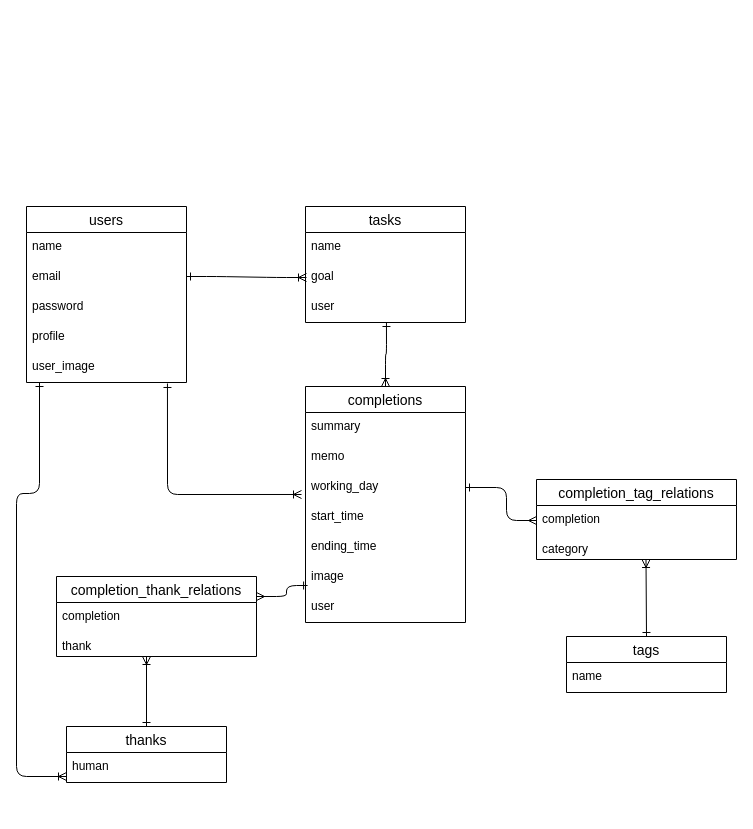
Before: ER.dio in st-maru/did_it, a draw.io diagram. Source tidied: cells renumbered, new cells numbered last; positions are measured from the earlier drawing's top-left corner, leaving out a move shared by most shapes. Both pictures are drawn from the tidied source at 100%, with x=0, y=0 at pixel (16, 206).
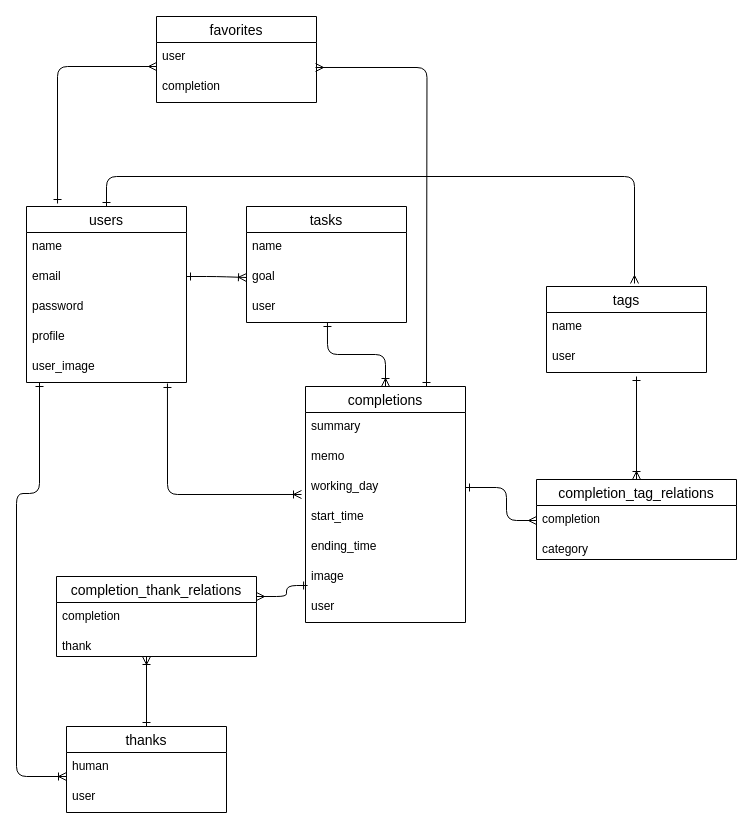
After the change.

The change refers to these unchanged cells:
```xml
<mxCell id="2" value="users" style="swimlane;fontStyle=0;horizontal=1;startSize=26;align=center;fontSize=14;" parent="1" vertex="1">
  <mxGeometry x="10" width="160" height="176" as="geometry" />
</mxCell>
<mxCell id="32" value="completion_tag_relations" style="swimlane;fontStyle=0;horizontal=1;startSize=26;align=center;fontSize=14;" parent="1" vertex="1">
  <mxGeometry x="520" y="273" width="200" height="80" as="geometry" />
</mxCell>
```

What changed in the source:
```diff
@@
     <mxCell id="8" value="tasks" style="swimlane;fontStyle=0;horizontal=1;startSize=26;align=center;fontSize=14;" parent="1" vertex="1">
-      <mxGeometry x="289" width="160" height="116" as="geometry" />
+      <mxGeometry x="230" width="160" height="116" as="geometry" />
     </mxCell>
@@
     <mxCell id="12" value="thanks" style="swimlane;fontStyle=0;horizontal=1;startSize=26;align=center;fontSize=14;" parent="1" vertex="1">
-      <mxGeometry x="50" y="520" width="160" height="56" as="geometry" />
+      <mxGeometry x="50" y="520" width="160" height="86" as="geometry" />
     </mxCell>
@@
+    <mxCell id="38" value="user" style="text;strokeColor=none;fillColor=none;spacingLeft=4;spacingRight=4;overflow=hidden;fontSize=12;" parent="12" vertex="1">
+      <mxGeometry y="56" width="160" height="30" as="geometry" />
+    </mxCell>
@@
-    <mxCell id="25" style="edgeStyle=entityRelationEdgeStyle;fontSize=12;html=1;endArrow=ERoneToMany;entryX=0;entryY=0.5;entryDx=0;entryDy=0;startArrow=ERone;startFill=0;" parent="1" edge="1">
+    <mxCell id="25" style="edgeStyle=entityRelationEdgeStyle;fontSize=12;html=1;endArrow=ERoneToMany;startArrow=ERone;startFill=0;" parent="1" edge="1">
       <mxGeometry relative="1" as="geometry">
         <mxPoint x="170" y="70" as="sourcePoint" />
-        <mxPoint x="290" y="71" as="targetPoint" />
+        <mxPoint x="230" y="71" as="targetPoint" />
       </mxGeometry>
     </mxCell>
@@
     <mxCell id="30" value="tags" style="swimlane;fontStyle=0;horizontal=1;startSize=26;align=center;fontSize=14;" parent="1" vertex="1">
-      <mxGeometry x="550" y="430" width="160" height="56" as="geometry" />
+      <mxGeometry x="530" y="80" width="160" height="86" as="geometry" />
     </mxCell>
@@
+    <mxCell id="39" value="user" style="text;strokeColor=none;fillColor=none;spacingLeft=4;spacingRight=4;overflow=hidden;fontSize=12;" parent="30" vertex="1">
+      <mxGeometry y="56" width="160" height="30" as="geometry" />
+    </mxCell>
@@
-    <mxCell id="36" style="edgeStyle=orthogonalEdgeStyle;fontSize=12;html=1;endArrow=ERone;entryX=0.5;entryY=0;entryDx=0;entryDy=0;exitX=0.45;exitY=1;exitDx=0;exitDy=0;exitPerimeter=0;startArrow=ERoneToMany;startFill=0;endFill=0;" parent="1" edge="1" target="30">
+    <mxCell id="36" style="edgeStyle=orthogonalEdgeStyle;fontSize=12;html=1;endArrow=ERone;startArrow=ERoneToMany;startFill=0;endFill=0;" parent="1" edge="1" source="32">
       <mxGeometry relative="1" as="geometry">
-        <mxPoint x="629.5" y="353" as="sourcePoint" />
+        <mxPoint x="620" y="170" as="targetPoint" />
+        <Array as="points">
+          <mxPoint x="620" y="170" />
+        </Array>
       </mxGeometry>
     </mxCell>
@@
+    <mxCell id="40" style="edgeStyle=elbowEdgeStyle;fontSize=12;html=1;endArrow=ERmany;exitX=0.5;exitY=0;exitDx=0;exitDy=0;entryX=0.55;entryY=-0.035;entryDx=0;entryDy=0;entryPerimeter=0;startArrow=ERone;startFill=0;elbow=vertical;" parent="1" edge="1" source="2" target="30">
+      <mxGeometry relative="1" as="geometry">
+        <Array as="points">
+          <mxPoint x="360" y="-30" />
+        </Array>
+      </mxGeometry>
+    </mxCell>
+    <mxCell id="41" value="favorites" style="swimlane;fontStyle=0;horizontal=1;startSize=26;align=center;fontSize=14;" parent="1" vertex="1">
+      <mxGeometry x="140" y="-190" width="160" height="86" as="geometry" />
+    </mxCell>
+    <mxCell id="42" value="user" style="text;strokeColor=none;fillColor=none;spacingLeft=4;spacingRight=4;overflow=hidden;points=[[0,0.5],[1,0.5]];portConstraint=eastwest;fontSize=12;" parent="41" vertex="1">
+      <mxGeometry y="26" width="160" height="30" as="geometry" />
+    </mxCell>
+    <mxCell id="43" value="completion" style="text;strokeColor=none;fillColor=none;spacingLeft=4;spacingRight=4;overflow=hidden;fontSize=12;" parent="41" vertex="1">
+      <mxGeometry y="56" width="160" height="30" as="geometry" />
+    </mxCell>
+    <mxCell id="44" style="edgeStyle=orthogonalEdgeStyle;fontSize=12;html=1;endArrow=ERmany;exitX=0.194;exitY=-0.017;exitDx=0;exitDy=0;exitPerimeter=0;startArrow=ERone;startFill=0;" parent="1" edge="1" source="2">
+      <mxGeometry relative="1" as="geometry">
+        <mxPoint x="140" y="-140" as="targetPoint" />
+        <Array as="points">
+          <mxPoint x="41" y="-140" />
+        </Array>
+      </mxGeometry>
+    </mxCell>
+    <mxCell id="45" style="edgeStyle=orthogonalEdgeStyle;fontSize=12;html=1;endArrow=ERmany;entryX=0.994;entryY=0.833;entryDx=0;entryDy=0;entryPerimeter=0;startArrow=ERone;startFill=0;" parent="1" edge="1" target="42">
+      <mxGeometry relative="1" as="geometry">
+        <mxPoint x="410" y="180" as="sourcePoint" />
+      </mxGeometry>
+    </mxCell>
```
